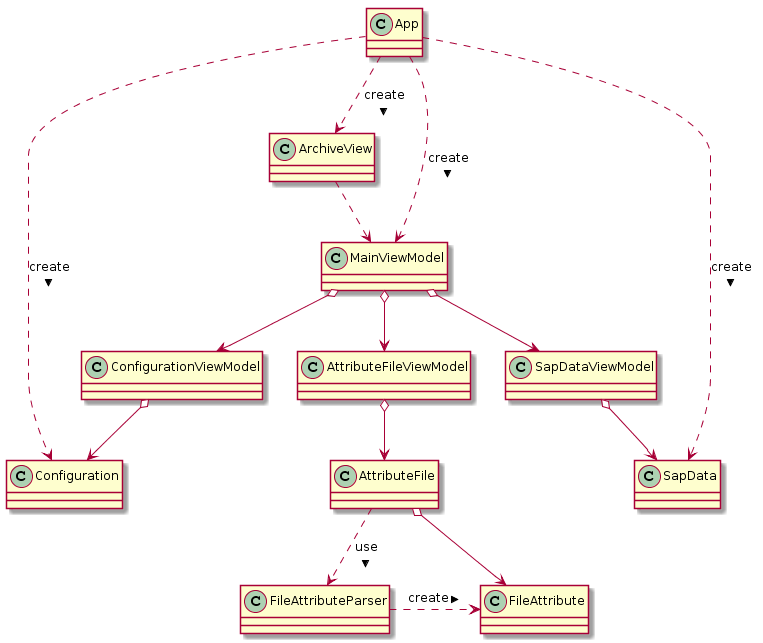
Before: doc/source/_static/class_diagram.png, a diagram exported from PlantUML (gillima/DvsSapLink2). The source it was exported from:
```plantuml
@startuml
class SapData
class Configuration
class AttributeFile
class FileAttribute
class FileAttributeParser


class SapDataViewModel
class AttributeFileViewModel



AttributeFileViewModel o--> AttributeFile
AttributeFile o--> FileAttribute
AttributeFile ..> FileAttributeParser : use >
FileAttributeParser .> FileAttribute : create >


SapDataViewModel o--> SapData

ConfigurationViewModel o--> Configuration

MainViewModel o--> SapDataViewModel
MainViewModel o--> ConfigurationViewModel
MainViewModel o--> AttributeFileViewModel


ArchiveView .-> MainViewModel

App ..> MainViewModel : create >
App ..> ArchiveView : create >
App ..> Configuration : create >
App ..> SapData: create >
@enduml
```
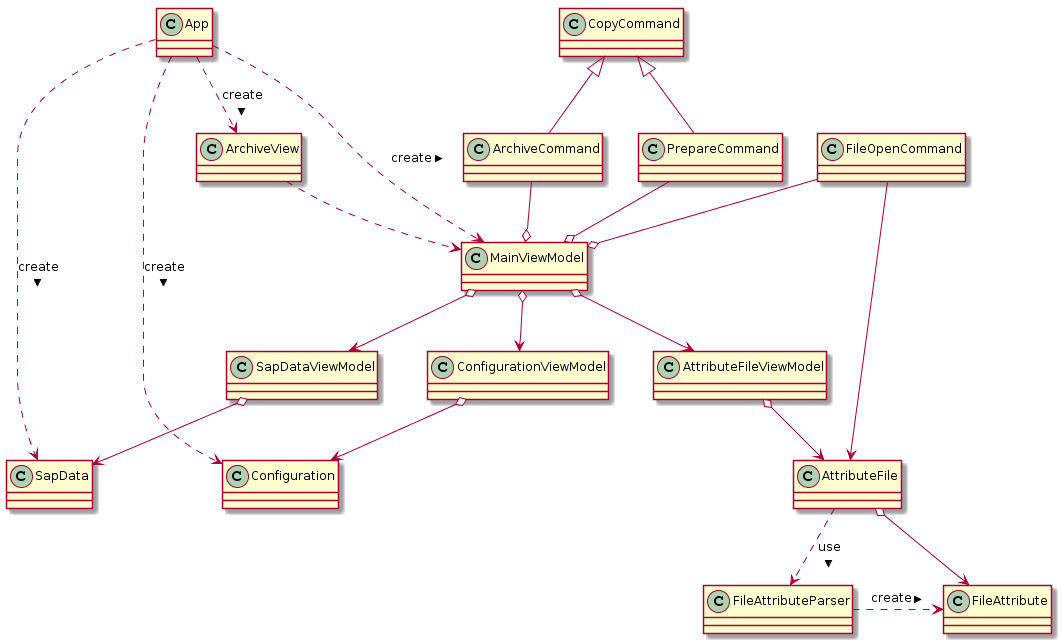
Above is the later version.

What changed in the source:
```diff
@@ -9,27 +9,33 @@
 class SapDataViewModel
 class AttributeFileViewModel
 
+class CopyCommand
+class ArchiveCommand
+class PrepareCommand
+class FileOpenCommand
 
+App ..> MainViewModel : create >
+App ..> ArchiveView : create >
+App ..> Configuration : create >
+App ..> SapData: create >
+
+ArchiveView .-> MainViewModel
+CopyCommand <|-- ArchiveCommand
+CopyCommand <|-- PrepareCommand
+ArchiveCommand --o MainViewModel
+PrepareCommand --o MainViewModel
+FileOpenCommand --o MainViewModel
+FileOpenCommand ---> AttributeFile
 
 AttributeFileViewModel o--> AttributeFile
 AttributeFile o--> FileAttribute
 AttributeFile ..> FileAttributeParser : use >
 FileAttributeParser .> FileAttribute : create >
 
-
 SapDataViewModel o--> SapData
-
 ConfigurationViewModel o--> Configuration
 
 MainViewModel o--> SapDataViewModel
 MainViewModel o--> ConfigurationViewModel
 MainViewModel o--> AttributeFileViewModel
-
-
-ArchiveView .-> MainViewModel
-
-App ..> MainViewModel : create >
-App ..> ArchiveView : create >
-App ..> Configuration : create >
-App ..> SapData: create >
 @enduml
```
